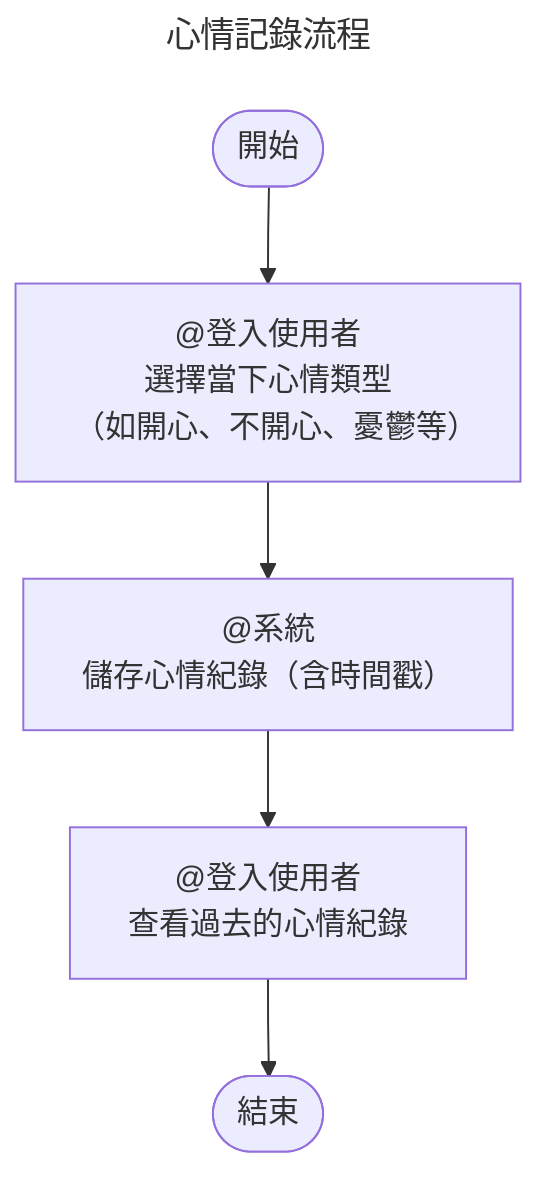
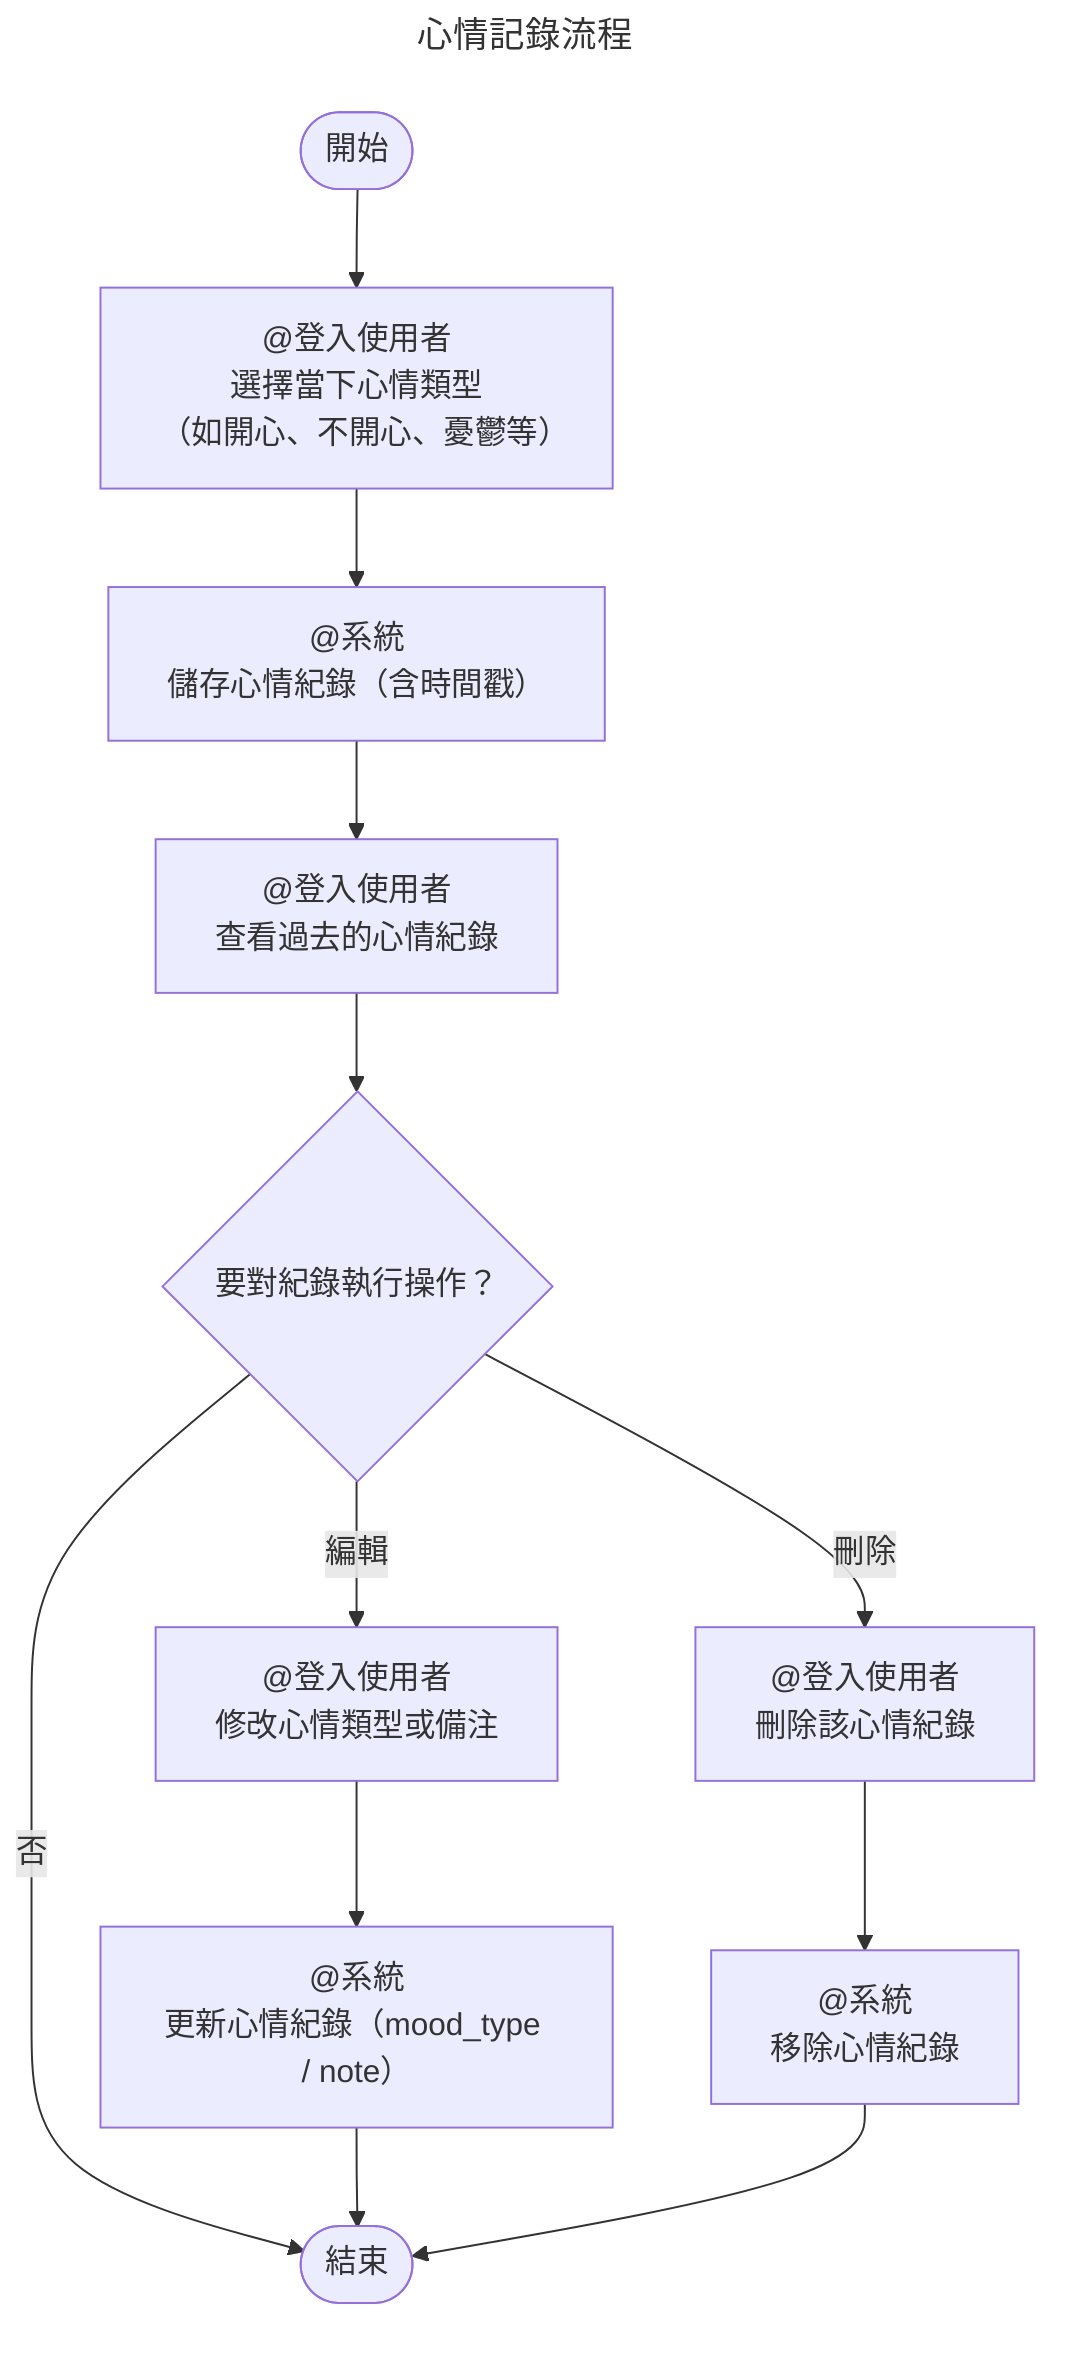
---
title: 心情記錄流程
actor: 登入使用者
features:
  - mood/記錄心情.feature
  - mood/查看心情紀錄.feature
+   - mood/編輯心情紀錄.feature
+   - mood/刪除心情紀錄.feature
---
flowchart TD
    START([開始]) --> A1

    A1["@登入使用者\n選擇當下心情類型\n（如開心、不開心、憂鬱等）"]
    %% <- 原文「可以簡單記錄當下的心情，例如開心、不開心或憂鬱等」
    %% <- 使用者確認：固定 6 選項（憂鬱／難過／不開心／普通／不錯／開心）+ 可自訂標籤
    A1 --> A2

    A2["@系統\n儲存心情紀錄（含時間戳）"]
    A2 --> A3

    A3["@登入使用者\n查看過去的心情紀錄"]
    %% 心情記錄的視圖形式（日曆/時間軸）由 Phase 06 Frontend 定義
-     A3 --> END([結束])
+     A3 --> A4
+ 
+     A4{"要對紀錄執行操作？"}
+     A4 -- 編輯 --> A5["@登入使用者\n修改心情類型或備注"]
+     A4 -- 刪除 --> A6["@登入使用者\n刪除該心情紀錄"]
+     A4 -- 否 --> END([結束])
+ 
+     A5 --> A7["@系統\n更新心情紀錄（mood_type / note）"]
+     A7 --> END
+     A6 --> A8["@系統\n移除心情紀錄"]
+     A8 --> END
